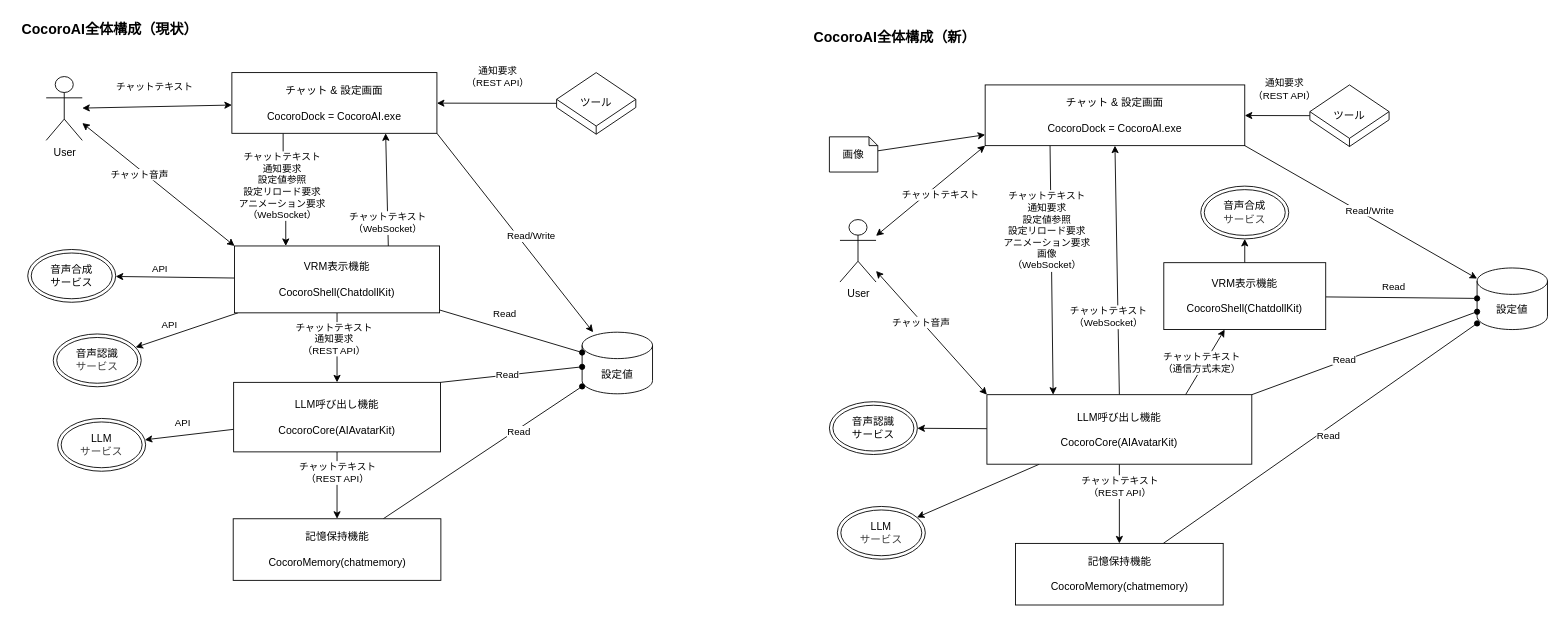
hirona98/CocoroCore keeps this draw.io diagram as CocoroAI全体構成.drawio. Above is the earlier version. Source tidied: cells renumbered, new cells numbered last; positions are measured from the earlier drawing's top-left corner, leaving out a move shared by most shapes. Both pictures are drawn from the tidied source at 88%, with x=0, y=0 at pixel (15, 15).
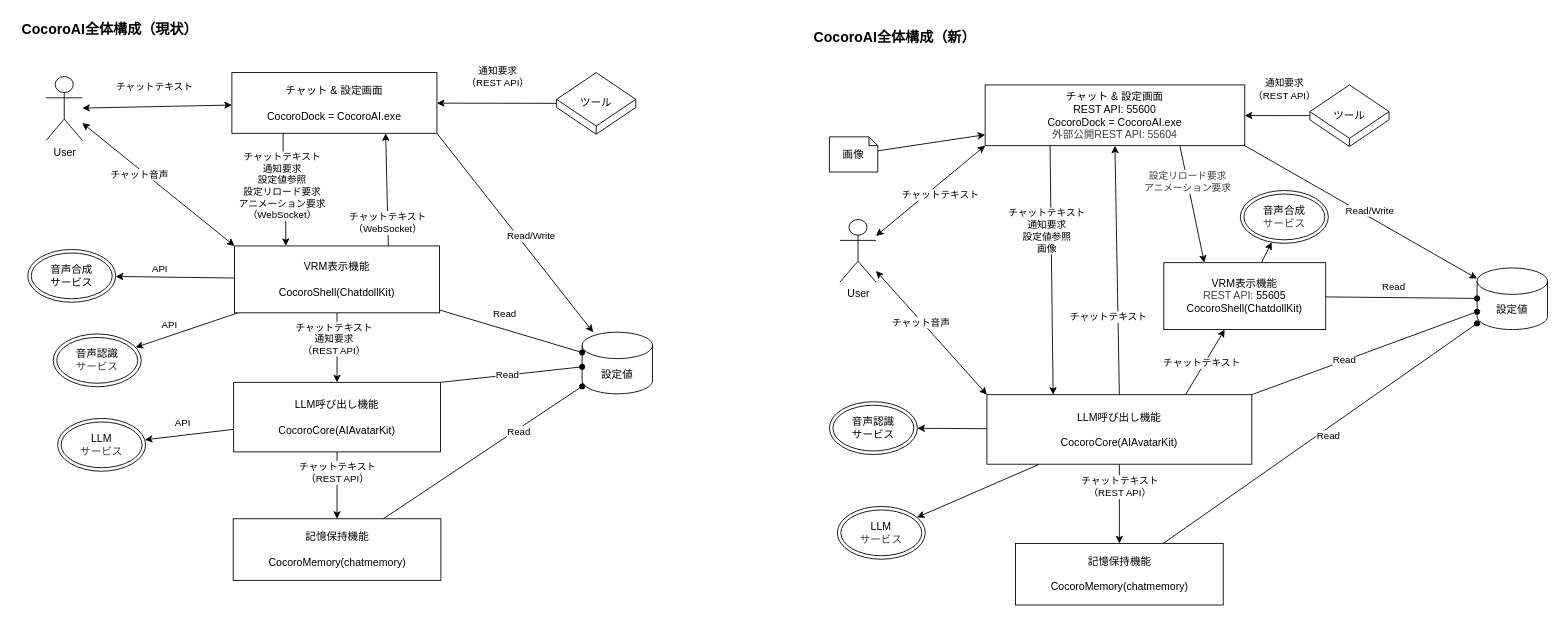
The same diagram, later.

The change refers to these unchanged cells:
```xml
<mxCell id="42" style="rounded=0;jettySize=auto;html=1;exitX=0.25;exitY=1;exitDx=0;exitDy=0;entryX=0.25;entryY=0;entryDx=0;entryDy=0;" parent="1" edge="1" source="46" target="61">
  <mxGeometry relative="1" as="geometry" />
</mxCell>
<mxCell id="57" style="edgeStyle=none;html=1;exitX=0.75;exitY=0;exitDx=0;exitDy=0;" parent="1" edge="1" source="61" target="51">
  <mxGeometry relative="1" as="geometry" />
</mxCell>
<mxCell id="59" style="edgeStyle=none;html=1;entryX=0.5;entryY=1;entryDx=0;entryDy=0;exitX=0.5;exitY=0;exitDx=0;exitDy=0;" parent="1" edge="1" source="61" target="46">
  <mxGeometry relative="1" as="geometry" />
</mxCell>
```

Change to the diagram source:
```diff
@@
-    <mxCell id="43" value="チャットテキスト&lt;div&gt;通知要求&lt;br&gt;&lt;div&gt;設定値参照&lt;/div&gt;&lt;div&gt;設定リロード要求&lt;/div&gt;&lt;div&gt;アニメーション要求&lt;/div&gt;&lt;div&gt;画像&lt;br&gt;&lt;div&gt;&lt;div&gt;（WebSocket）&lt;/div&gt;&lt;/div&gt;&lt;/div&gt;&lt;/div&gt;" style="edgeLabel;html=1;align=center;verticalAlign=middle;" parent="42" vertex="1">
+    <mxCell id="43" value="チャットテキスト&lt;div&gt;通知要求&lt;br&gt;&lt;div&gt;設定値参照&lt;/div&gt;&lt;div&gt;画像&lt;/div&gt;&lt;/div&gt;" style="edgeLabel;html=1;align=center;verticalAlign=middle;" parent="42" vertex="1">
       <mxGeometry x="-0.53" y="1" relative="1" as="geometry">
         <mxPoint x="-6" y="30" as="offset" />
       </mxGeometry>
     </mxCell>
@@
+    <mxCell id="79" style="edgeStyle=none;html=1;entryX=0.25;entryY=0;entryDx=0;entryDy=0;exitX=0.75;exitY=1;exitDx=0;exitDy=0;" parent="1" edge="1" source="46" target="51">
+      <mxGeometry relative="1" as="geometry" />
+    </mxCell>
+    <mxCell id="80" value="&lt;div style=&quot;color: rgb(63, 63, 63);&quot;&gt;設定リロード要求&lt;/div&gt;&lt;div style=&quot;color: rgb(63, 63, 63);&quot;&gt;アニメーション要求&lt;/div&gt;" style="edgeLabel;html=1;align=center;verticalAlign=middle;" parent="79" vertex="1">
+      <mxGeometry x="-0.4" y="-1" relative="1" as="geometry">
+        <mxPoint x="1" as="offset" />
+      </mxGeometry>
+    </mxCell>
-    <mxCell id="46" value="&lt;div&gt;&lt;span style=&quot;background-color: transparent; color: light-dark(rgb(0, 0, 0), rgb(255, 255, 255));&quot;&gt;チャット &amp;amp;&amp;nbsp;&lt;/span&gt;&lt;span style=&quot;background-color: transparent; color: light-dark(rgb(0, 0, 0), rgb(255, 255, 255));&quot;&gt;設定画面&lt;/span&gt;&lt;/div&gt;&lt;div&gt;&lt;br&gt;&lt;/div&gt;&lt;div&gt;CocoroDock = CocoroAI.exe&lt;/div&gt;" style="rounded=0;whiteSpace=wrap;html=1;" parent="1" vertex="1">
+    <mxCell id="46" value="&lt;div&gt;&lt;span style=&quot;background-color: transparent; color: light-dark(rgb(0, 0, 0), rgb(255, 255, 255));&quot;&gt;チャット &amp;amp;&amp;nbsp;&lt;/span&gt;&lt;span style=&quot;background-color: transparent; color: light-dark(rgb(0, 0, 0), rgb(255, 255, 255));&quot;&gt;設定画面&lt;/span&gt;&lt;/div&gt;&lt;div&gt;REST API: 55600&lt;/div&gt;&lt;div&gt;&lt;span style=&quot;background-color: transparent;&quot;&gt;CocoroDock = CocoroAI.exe&lt;/span&gt;&lt;/div&gt;&lt;div&gt;&lt;span style=&quot;color: rgb(63, 63, 63);&quot;&gt;外部公開REST API: 55604&lt;/span&gt;&lt;span style=&quot;background-color: transparent;&quot;&gt;&lt;/span&gt;&lt;/div&gt;" style="rounded=0;whiteSpace=wrap;html=1;" parent="1" vertex="1">
       <mxGeometry x="1102" y="79" width="295" height="69" as="geometry" />
     </mxCell>
@@
-    <mxCell id="51" value="&lt;div&gt;VRM表示機能&lt;/div&gt;&lt;div&gt;&lt;br&gt;&lt;/div&gt;&lt;div&gt;CocoroShell(ChatdollKit)&lt;/div&gt;" style="rounded=0;whiteSpace=wrap;html=1;" parent="1" vertex="1">
+    <mxCell id="51" value="&lt;div&gt;VRM表示機能&lt;/div&gt;&lt;div&gt;&lt;span style=&quot;color: rgb(63, 63, 63); background-color: transparent;&quot;&gt;REST API:&lt;/span&gt;&lt;span style=&quot;color: rgb(63, 63, 63); background-color: transparent;&quot;&gt;&amp;nbsp;&lt;/span&gt;55605&lt;/div&gt;&lt;div&gt;CocoroShell(ChatdollKit)&lt;/div&gt;" style="rounded=0;whiteSpace=wrap;html=1;" parent="1" vertex="1">
       <mxGeometry x="1305" y="281" width="184" height="76" as="geometry" />
     </mxCell>
@@
-    <mxCell id="58" value="チャットテキスト&lt;div&gt;（通信方式未定）&lt;/div&gt;" style="edgeLabel;html=1;align=center;verticalAlign=middle;" parent="57" vertex="1">
+    <mxCell id="58" value="チャットテキスト" style="edgeLabel;html=1;align=center;verticalAlign=middle;" parent="57" vertex="1">
       <mxGeometry x="-0.21" relative="1" as="geometry">
         <mxPoint y="-7" as="offset" />
       </mxGeometry>
     </mxCell>
@@
-    <mxCell id="60" value="チャットテキスト&lt;div&gt;（WebSocket）&lt;/div&gt;" style="edgeLabel;html=1;align=center;verticalAlign=middle;" parent="59" vertex="1">
+    <mxCell id="60" value="チャットテキスト" style="edgeLabel;html=1;align=center;verticalAlign=middle;" parent="59" vertex="1">
       <mxGeometry x="0.39" y="2" relative="1" as="geometry">
         <mxPoint x="-8" y="108" as="offset" />
       </mxGeometry>
     </mxCell>
@@
     <mxCell id="75" value="音声合成&lt;div&gt;&lt;span style=&quot;color: rgb(63, 63, 63);&quot;&gt;サービス&lt;/span&gt;&lt;/div&gt;" style="ellipse;shape=doubleEllipse;whiteSpace=wrap;html=1;" parent="1" vertex="1">
-      <mxGeometry x="1347" y="194" width="100" height="60" as="geometry" />
+      <mxGeometry x="1392" y="199" width="100" height="60" as="geometry" />
     </mxCell>
```
